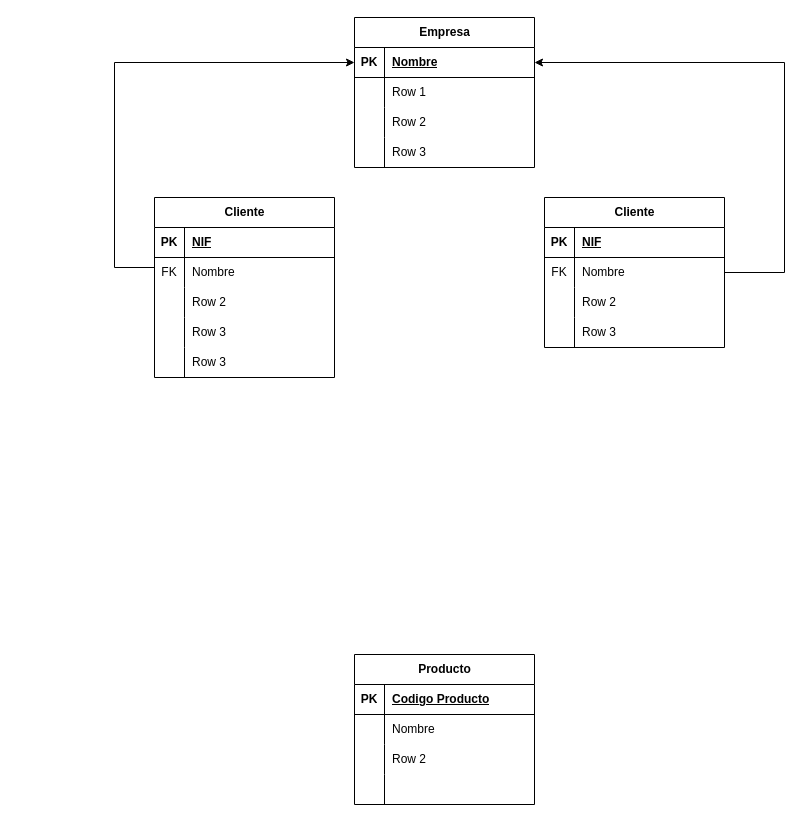
OxideVanadium/base_de_datos keeps this draw.io diagram as Unidad_1/Tareas/Tareas_entregables/Tarea_5/Empresa Compra Venta.drawio. Above is the earlier version. Source tidied: cells renumbered, new cells numbered last; positions are measured from the earlier drawing's top-left corner, leaving out a move shared by most shapes. Both pictures are drawn from the tidied source at 100%, with x=0, y=0 at pixel (114, 17).
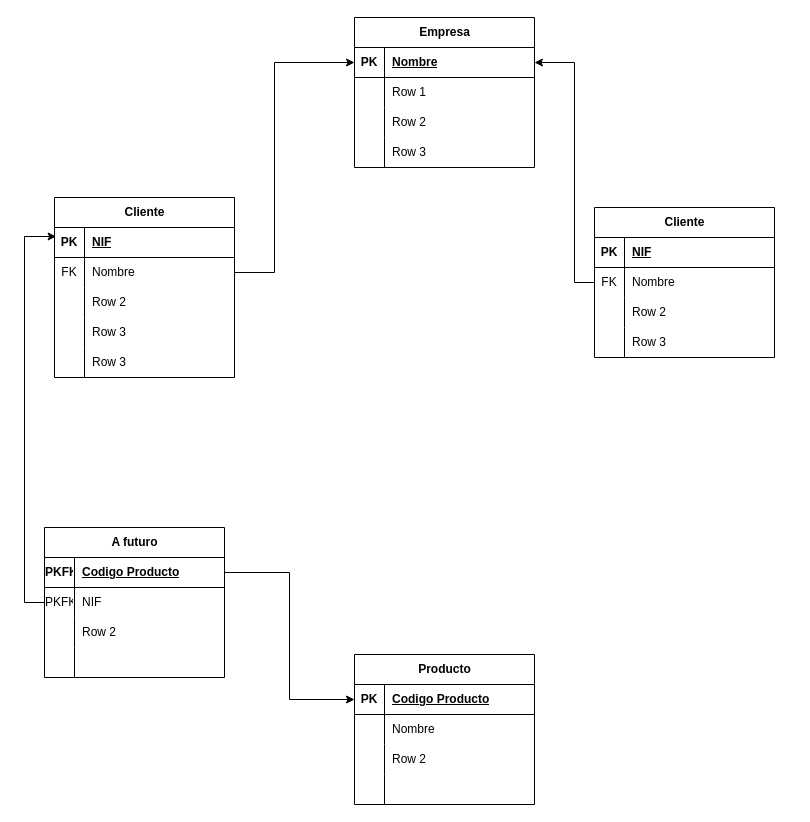
After the change.

Unchanged cells that the change refers to:
```xml
<mxCell id="3" style="shape=tableRow;horizontal=0;startSize=0;swimlaneHead=0;swimlaneBody=0;fillColor=none;points=[[0,0.5],[1,0.5]];portConstraint=eastwest;top=0;left=0;right=0;bottom=1;" parent="2" vertex="1">
  <mxGeometry y="30" width="180" height="30" as="geometry" />
</mxCell>
<mxCell id="16" style="shape=tableRow;horizontal=0;startSize=0;swimlaneHead=0;swimlaneBody=0;fillColor=none;points=[[0,0.5],[1,0.5]];portConstraint=eastwest;top=0;left=0;right=0;bottom=1;" parent="15" vertex="1">
  <mxGeometry y="30" width="180" height="30" as="geometry" />
</mxCell>
<mxCell id="19" style="shape=tableRow;horizontal=0;startSize=0;swimlaneHead=0;swimlaneBody=0;fillColor=none;points=[[0,0.5],[1,0.5]];portConstraint=eastwest;top=0;left=0;right=0;bottom=0;" parent="15" vertex="1">
  <mxGeometry y="60" width="180" height="30" as="geometry" />
</mxCell>
<mxCell id="36" style="shape=tableRow;horizontal=0;startSize=0;swimlaneHead=0;swimlaneBody=0;fillColor=none;points=[[0,0.5],[1,0.5]];portConstraint=eastwest;top=0;left=0;right=0;bottom=0;" parent="32" vertex="1">
  <mxGeometry y="60" width="180" height="30" as="geometry" />
</mxCell>
<mxCell id="47" style="shape=tableRow;horizontal=0;startSize=0;swimlaneHead=0;swimlaneBody=0;fillColor=none;points=[[0,0.5],[1,0.5]];portConstraint=eastwest;top=0;left=0;right=0;bottom=1;" parent="46" vertex="1">
  <mxGeometry y="30" width="180" height="30" as="geometry" />
</mxCell>
```

Diff of the diagram source:
```diff
@@
     <mxCell id="15" value="Cliente" style="shape=table;startSize=30;childLayout=tableLayout;rowLines=0;fontStyle=1;align=center;html=1;" parent="1" vertex="1">
-      <mxGeometry x="40" y="180" width="180" height="180" as="geometry" />
+      <mxGeometry x="-60" y="180" width="180" height="180" as="geometry" />
     </mxCell>
@@
-    <mxCell id="31" style="edgeStyle=orthogonalEdgeStyle;rounded=0;jettySize=auto;html=1;entryX=1;entryY=0.5;entryDx=0;entryDy=0;" parent="1" edge="1" source="32" target="3">
+    <mxCell id="31" style="edgeStyle=orthogonalEdgeStyle;rounded=0;jettySize=auto;html=1;entryX=1;entryY=0.5;entryDx=0;entryDy=0;exitX=0;exitY=0.5;exitDx=0;exitDy=0;" parent="1" edge="1" source="36" target="3">
       <mxGeometry relative="1" as="geometry">
         <Array as="points">
-          <mxPoint x="670" y="255" />
-          <mxPoint x="670" y="45" />
+          <mxPoint x="460" y="265" />
+          <mxPoint x="460" y="45" />
         </Array>
       </mxGeometry>
     </mxCell>
     <mxCell id="32" value="Cliente" style="shape=table;startSize=30;childLayout=tableLayout;rowLines=0;fontStyle=1;align=center;html=1;" parent="1" vertex="1">
-      <mxGeometry x="430" y="180" width="180" height="150" as="geometry" />
+      <mxGeometry x="480" y="190" width="180" height="150" as="geometry" />
     </mxCell>
@@
-    <mxCell id="45" style="edgeStyle=orthogonalEdgeStyle;rounded=0;jettySize=auto;html=1;entryX=0;entryY=0.5;entryDx=0;entryDy=0;exitX=0;exitY=0.5;exitDx=0;exitDy=0;" parent="1" edge="1" source="19" target="3">
+    <mxCell id="45" style="edgeStyle=orthogonalEdgeStyle;rounded=0;jettySize=auto;html=1;entryX=0;entryY=0.5;entryDx=0;entryDy=0;exitX=1;exitY=0.5;exitDx=0;exitDy=0;" parent="1" edge="1" source="19" target="3">
       <mxGeometry relative="1" as="geometry">
         <Array as="points">
-          <mxPoint x="40" y="250" />
-          <mxPoint y="250" />
-          <mxPoint y="45" />
+          <mxPoint x="160" y="255" />
+          <mxPoint x="160" y="45" />
         </Array>
       </mxGeometry>
     </mxCell>
@@
+    <mxCell id="59" value="A futuro" style="shape=table;startSize=30;childLayout=tableLayout;rowLines=0;fontStyle=1;align=center;html=1;" parent="1" vertex="1">
+      <mxGeometry x="-70" y="510" width="180" height="150" as="geometry" />
+    </mxCell>
+    <mxCell id="60" style="shape=tableRow;horizontal=0;startSize=0;swimlaneHead=0;swimlaneBody=0;fillColor=none;points=[[0,0.5],[1,0.5]];portConstraint=eastwest;top=0;left=0;right=0;bottom=1;" parent="59" vertex="1">
+      <mxGeometry y="30" width="180" height="30" as="geometry" />
+    </mxCell>
+    <mxCell id="61" value="PKFK" style="shape=partialRectangle;fillColor=none;top=0;left=0;bottom=0;right=0;fontStyle=1;overflow=hidden;whiteSpace=wrap;html=1;" parent="60" vertex="1">
+      <mxGeometry width="30" height="30" as="geometry" />
+    </mxCell>
+    <mxCell id="62" value="Codigo Producto" style="shape=partialRectangle;fillColor=none;top=0;left=0;bottom=0;right=0;align=left;spacingLeft=6;fontStyle=5;overflow=hidden;whiteSpace=wrap;html=1;" parent="60" vertex="1">
+      <mxGeometry x="30" width="150" height="30" as="geometry" />
+    </mxCell>
+    <mxCell id="63" style="shape=tableRow;horizontal=0;startSize=0;swimlaneHead=0;swimlaneBody=0;fillColor=none;points=[[0,0.5],[1,0.5]];portConstraint=eastwest;top=0;left=0;right=0;bottom=0;" parent="59" vertex="1">
+      <mxGeometry y="60" width="180" height="30" as="geometry" />
+    </mxCell>
+    <mxCell id="64" value="PKFK" style="shape=partialRectangle;fillColor=none;top=0;left=0;bottom=0;right=0;overflow=hidden;whiteSpace=wrap;html=1;" parent="63" vertex="1">
+      <mxGeometry width="30" height="30" as="geometry" />
+    </mxCell>
+    <mxCell id="65" value="NIF" style="shape=partialRectangle;fillColor=none;top=0;left=0;bottom=0;right=0;align=left;spacingLeft=6;overflow=hidden;whiteSpace=wrap;html=1;" parent="63" vertex="1">
+      <mxGeometry x="30" width="150" height="30" as="geometry" />
+    </mxCell>
+    <mxCell id="66" style="shape=tableRow;horizontal=0;startSize=0;swimlaneHead=0;swimlaneBody=0;fillColor=none;top=0;left=0;right=0;bottom=0;" parent="59" vertex="1">
+      <mxGeometry y="90" width="180" height="30" as="geometry" />
+    </mxCell>
+    <mxCell id="67" style="shape=partialRectangle;fillColor=none;top=0;left=0;bottom=0;right=0;overflow=hidden;whiteSpace=wrap;html=1;" parent="66" vertex="1">
+      <mxGeometry width="30" height="30" as="geometry" />
+    </mxCell>
+    <mxCell id="68" value="Row 2" style="shape=partialRectangle;fillColor=none;top=0;left=0;bottom=0;right=0;align=left;spacingLeft=6;overflow=hidden;whiteSpace=wrap;html=1;" parent="66" vertex="1">
+      <mxGeometry x="30" width="150" height="30" as="geometry" />
+    </mxCell>
+    <mxCell id="69" style="shape=tableRow;horizontal=0;startSize=0;swimlaneHead=0;swimlaneBody=0;fillColor=none;top=0;left=0;right=0;bottom=0;" parent="59" vertex="1">
+      <mxGeometry y="120" width="180" height="30" as="geometry" />
+    </mxCell>
+    <mxCell id="70" style="shape=partialRectangle;fillColor=none;top=0;left=0;bottom=0;right=0;overflow=hidden;whiteSpace=wrap;html=1;" parent="69" vertex="1">
+      <mxGeometry width="30" height="30" as="geometry" />
+    </mxCell>
+    <mxCell id="71" style="shape=partialRectangle;fillColor=none;top=0;left=0;bottom=0;right=0;align=left;spacingLeft=6;overflow=hidden;whiteSpace=wrap;html=1;" parent="69" vertex="1">
+      <mxGeometry x="30" width="150" height="30" as="geometry" />
+    </mxCell>
+    <mxCell id="72" style="edgeStyle=orthogonalEdgeStyle;rounded=0;jettySize=auto;html=1;entryX=0;entryY=0.5;entryDx=0;entryDy=0;" parent="1" edge="1" source="60" target="47">
+      <mxGeometry relative="1" as="geometry" />
+    </mxCell>
+    <mxCell id="73" style="edgeStyle=orthogonalEdgeStyle;rounded=0;jettySize=auto;html=1;entryX=0.009;entryY=0.3;entryDx=0;entryDy=0;entryPerimeter=0;" parent="1" edge="1" source="63" target="16">
+      <mxGeometry relative="1" as="geometry">
+        <Array as="points">
+          <mxPoint x="-90" y="585" />
+          <mxPoint x="-90" y="219" />
+        </Array>
+      </mxGeometry>
+    </mxCell>
```
